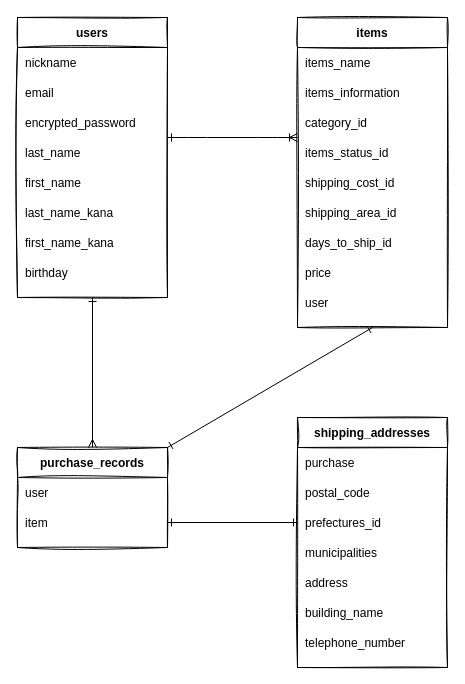
The draw.io diagram ER.dio in hermione415/furima-36346, before the edit. Source tidied: cells renumbered, new cells numbered last; positions are measured from the earlier drawing's top-left corner, leaving out a move shared by most shapes. Both pictures are drawn from the tidied source at 100%, with x=0, y=0 at pixel (17, 17).
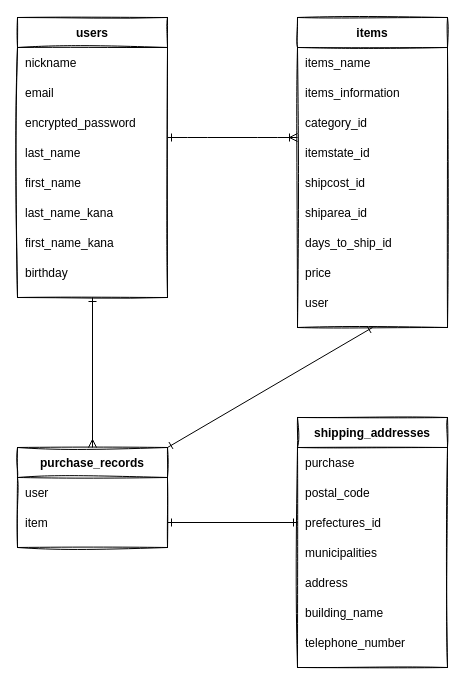
The same diagram, later.

The change refers to these unchanged cells:
```xml
<mxCell id="15" style="shape=partialRectangle;fillColor=none;top=0;left=0;bottom=0;right=0;sketch=1;" parent="8" vertex="1">
  <mxGeometry y="120" width="150" height="30" as="geometry" />
</mxCell>
<mxCell id="17" style="shape=partialRectangle;fillColor=none;top=0;left=0;bottom=0;right=0;sketch=1;" parent="8" vertex="1">
  <mxGeometry y="150" width="150" height="30" as="geometry" />
</mxCell>
<mxCell id="19" style="shape=partialRectangle;fillColor=none;top=0;left=0;bottom=0;right=0;sketch=1;" parent="8" vertex="1">
  <mxGeometry y="180" width="150" height="30" as="geometry" />
</mxCell>
```

What changed in the source:
```diff
@@
-    <mxCell id="16" value="items_status_id" style="shape=partialRectangle;fillColor=none;top=0;left=0;bottom=0;right=0;align=left;spacingLeft=6;overflow=hidden;sketch=1;" parent="15" vertex="1">
+    <mxCell id="16" value="itemstate_id" style="shape=partialRectangle;fillColor=none;top=0;left=0;bottom=0;right=0;align=left;spacingLeft=6;overflow=hidden;sketch=1;" parent="15" vertex="1">
       <mxGeometry width="150" height="30" as="geometry" />
     </mxCell>
@@
-    <mxCell id="18" value="shipping_cost_id" style="shape=partialRectangle;fillColor=none;top=0;left=0;bottom=0;right=0;align=left;spacingLeft=6;overflow=hidden;sketch=1;" parent="17" vertex="1">
+    <mxCell id="18" value="shipcost_id" style="shape=partialRectangle;fillColor=none;top=0;left=0;bottom=0;right=0;align=left;spacingLeft=6;overflow=hidden;sketch=1;" parent="17" vertex="1">
       <mxGeometry width="150" height="30" as="geometry" />
     </mxCell>
@@
-    <mxCell id="20" value="shipping_area_id" style="shape=partialRectangle;fillColor=none;top=0;left=0;bottom=0;right=0;align=left;spacingLeft=6;overflow=hidden;sketch=1;" parent="19" vertex="1">
+    <mxCell id="20" value="shiparea_id" style="shape=partialRectangle;fillColor=none;top=0;left=0;bottom=0;right=0;align=left;spacingLeft=6;overflow=hidden;sketch=1;" parent="19" vertex="1">
       <mxGeometry width="150" height="30" as="geometry" />
     </mxCell>
```
